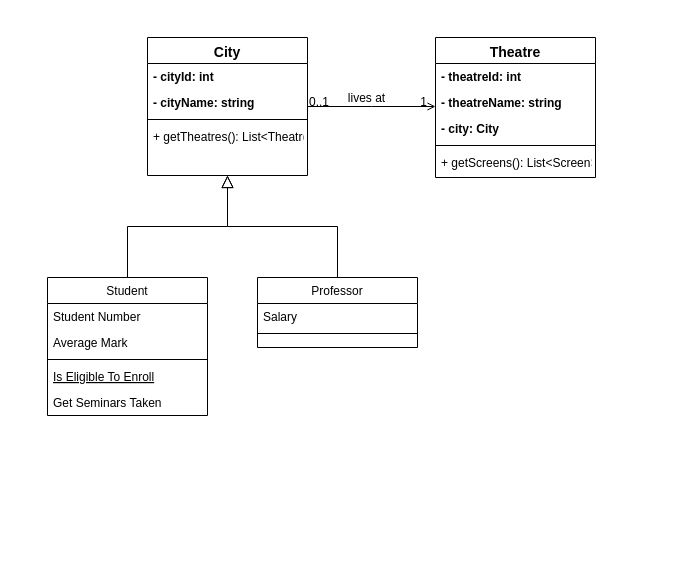
Before: BookMyShow Class Diagram.drawio in geeky-sanjay/class-diagrams, a draw.io diagram. Source tidied: cells renumbered, new cells numbered last; positions are measured from the earlier drawing's top-left corner, leaving out a move shared by most shapes. Both pictures are drawn from the tidied source at 100%, with x=0, y=0 at pixel (47, 37).
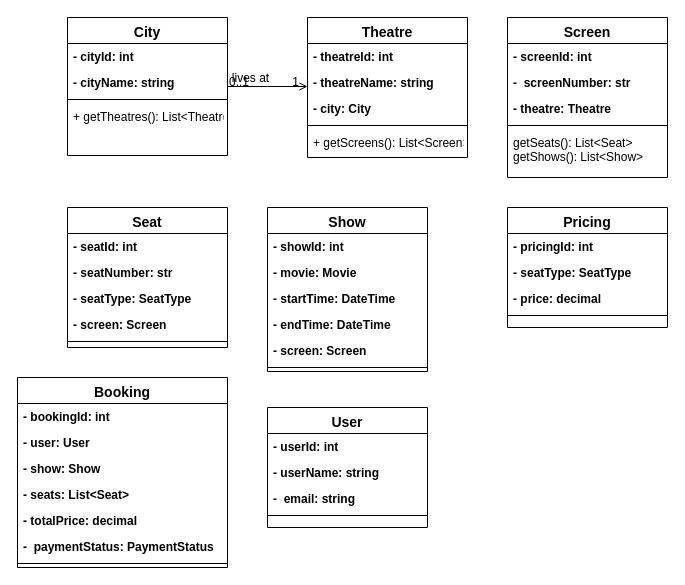
Above is the later version.

What changed in the source:
```diff
@@
     <mxCell id="2" value="City        " style="swimlane;fontStyle=1;align=center;verticalAlign=top;horizontal=1;startSize=26;rounded=0;shadow=0;strokeWidth=1;fontSize=14;" parent="1" vertex="1">
-      <mxGeometry x="100" width="160" height="138" as="geometry" />
+      <mxGeometry x="20" y="-20" width="160" height="138" as="geometry" />
     </mxCell>
@@
-    <mxCell id="7" value="Student" style="swimlane;fontStyle=0;align=center;verticalAlign=top;horizontal=1;startSize=26;rounded=0;shadow=0;strokeWidth=1;" parent="1" vertex="1">
-      <mxGeometry y="240" width="160" height="138" as="geometry" />
-    </mxCell>
-    <mxCell id="8" value="Student Number" style="text;align=left;verticalAlign=top;spacingLeft=4;spacingRight=4;overflow=hidden;" parent="7" vertex="1">
-      <mxGeometry y="26" width="160" height="26" as="geometry" />
-    </mxCell>
-    <mxCell id="9" value="Average Mark" style="text;align=left;verticalAlign=top;spacingLeft=4;spacingRight=4;overflow=hidden;rounded=0;shadow=0;html=0;" parent="7" vertex="1">
-      <mxGeometry y="52" width="160" height="26" as="geometry" />
-    </mxCell>
-    <mxCell id="10" style="line;html=1;strokeWidth=1;align=left;verticalAlign=middle;spacingTop=-1;spacingLeft=3;spacingRight=3;labelPosition=right;" parent="7" vertex="1">
-      <mxGeometry y="78" width="160" height="8" as="geometry" />
-    </mxCell>
-    <mxCell id="11" value="Is Eligible To Enroll" style="text;align=left;verticalAlign=top;spacingLeft=4;spacingRight=4;overflow=hidden;fontStyle=4;" parent="7" vertex="1">
-      <mxGeometry y="86" width="160" height="26" as="geometry" />
-    </mxCell>
-    <mxCell id="12" value="Get Seminars Taken" style="text;align=left;verticalAlign=top;spacingLeft=4;spacingRight=4;overflow=hidden;" parent="7" vertex="1">
-      <mxGeometry y="112" width="160" height="26" as="geometry" />
-    </mxCell>
-    <mxCell id="13" style="endArrow=block;endSize=10;endFill=0;shadow=0;strokeWidth=1;rounded=0;curved=0;edgeStyle=elbowEdgeStyle;elbow=vertical;" parent="1" edge="1" source="7" target="2">
-      <mxGeometry relative="1" as="geometry" />
-    </mxCell>
-    <mxCell id="14" value="Professor" style="swimlane;fontStyle=0;align=center;verticalAlign=top;horizontal=1;startSize=26;rounded=0;shadow=0;strokeWidth=1;" parent="1" vertex="1">
-      <mxGeometry x="210" y="240" width="160" height="70" as="geometry" />
-    </mxCell>
-    <mxCell id="15" value="Salary" style="text;align=left;verticalAlign=top;spacingLeft=4;spacingRight=4;overflow=hidden;" parent="14" vertex="1">
-      <mxGeometry y="26" width="160" height="26" as="geometry" />
-    </mxCell>
-    <mxCell id="16" style="line;html=1;strokeWidth=1;align=left;verticalAlign=middle;spacingTop=-1;spacingLeft=3;spacingRight=3;labelPosition=right;" parent="14" vertex="1">
-      <mxGeometry y="52" width="160" height="8" as="geometry" />
-    </mxCell>
-    <mxCell id="17" style="endArrow=block;endSize=10;endFill=0;shadow=0;strokeWidth=1;rounded=0;curved=0;edgeStyle=elbowEdgeStyle;elbow=vertical;" parent="1" edge="1" source="14" target="2">
-      <mxGeometry relative="1" as="geometry" />
-    </mxCell>
     <mxCell id="18" value="Theatre        " style="swimlane;fontStyle=1;align=center;verticalAlign=top;horizontal=1;startSize=26;rounded=0;shadow=0;strokeWidth=1;fontSize=14;" parent="1" vertex="1">
-      <mxGeometry x="388" width="160" height="140" as="geometry" />
+      <mxGeometry x="260" y="-20" width="160" height="140" as="geometry" />
     </mxCell>
@@
+    <mxCell id="28" value="Screen                " style="swimlane;fontStyle=1;align=center;verticalAlign=top;horizontal=1;startSize=26;rounded=0;shadow=0;strokeWidth=1;fontSize=14;" parent="1" vertex="1">
+      <mxGeometry x="460" y="-20" width="160" height="160" as="geometry" />
+    </mxCell>
+    <mxCell id="29" value="- screenId: int " style="text;align=left;verticalAlign=top;spacingLeft=4;spacingRight=4;overflow=hidden;fontStyle=1;" parent="28" vertex="1">
+      <mxGeometry y="26" width="160" height="26" as="geometry" />
+    </mxCell>
+    <mxCell id="30" value="-  screenNumber: str" style="text;align=left;verticalAlign=top;spacingLeft=4;spacingRight=4;overflow=hidden;rounded=0;shadow=0;html=0;fontStyle=1;" parent="28" vertex="1">
+      <mxGeometry y="52" width="160" height="26" as="geometry" />
+    </mxCell>
+    <mxCell id="31" value="- theatre: Theatre" style="text;align=left;verticalAlign=top;spacingLeft=4;spacingRight=4;overflow=hidden;rounded=0;shadow=0;html=0;fontStyle=1;" parent="28" vertex="1">
+      <mxGeometry y="78" width="160" height="26" as="geometry" />
+    </mxCell>
+    <mxCell id="32" style="line;html=1;strokeWidth=1;align=left;verticalAlign=middle;spacingTop=-1;spacingLeft=3;spacingRight=3;labelPosition=right;" parent="28" vertex="1">
+      <mxGeometry y="104" width="160" height="8" as="geometry" />
+    </mxCell>
+    <mxCell id="33" value="getSeats(): List&lt;Seat&gt;&#10;getShows(): List&lt;Show&gt;" style="text;align=left;verticalAlign=top;spacingLeft=4;spacingRight=4;overflow=hidden;" parent="28" vertex="1">
+      <mxGeometry y="112" width="160" height="48" as="geometry" />
+    </mxCell>
+    <mxCell id="34" value="Seat               " style="swimlane;fontStyle=1;align=center;verticalAlign=top;horizontal=1;startSize=26;rounded=0;shadow=0;strokeWidth=1;fontSize=14;" parent="1" vertex="1">
+      <mxGeometry x="20" y="170" width="160" height="140" as="geometry" />
+    </mxCell>
+    <mxCell id="35" value="- seatId: int " style="text;align=left;verticalAlign=top;spacingLeft=4;spacingRight=4;overflow=hidden;fontStyle=1;" parent="34" vertex="1">
+      <mxGeometry y="26" width="160" height="26" as="geometry" />
+    </mxCell>
+    <mxCell id="36" value="- seatNumber: str" style="text;align=left;verticalAlign=top;spacingLeft=4;spacingRight=4;overflow=hidden;rounded=0;shadow=0;html=0;fontStyle=1;" parent="34" vertex="1">
+      <mxGeometry y="52" width="160" height="26" as="geometry" />
+    </mxCell>
+    <mxCell id="37" value="- seatType: SeatType" style="text;align=left;verticalAlign=top;spacingLeft=4;spacingRight=4;overflow=hidden;rounded=0;shadow=0;html=0;fontStyle=1;" parent="34" vertex="1">
+      <mxGeometry y="78" width="160" height="26" as="geometry" />
+    </mxCell>
+    <mxCell id="38" value="- screen: Screen" style="text;align=left;verticalAlign=top;spacingLeft=4;spacingRight=4;overflow=hidden;rounded=0;shadow=0;html=0;fontStyle=1;" parent="34" vertex="1">
+      <mxGeometry y="104" width="160" height="26" as="geometry" />
+    </mxCell>
+    <mxCell id="39" style="line;html=1;strokeWidth=1;align=left;verticalAlign=middle;spacingTop=-1;spacingLeft=3;spacingRight=3;labelPosition=right;" parent="34" vertex="1">
+      <mxGeometry y="130" width="160" height="8" as="geometry" />
+    </mxCell>
+    <mxCell id="40" value="Show                       " style="swimlane;fontStyle=1;align=center;verticalAlign=top;horizontal=1;startSize=26;rounded=0;shadow=0;strokeWidth=1;fontSize=14;" parent="1" vertex="1">
+      <mxGeometry x="220" y="170" width="160" height="164" as="geometry" />
+    </mxCell>
+    <mxCell id="41" value="- showId: int " style="text;align=left;verticalAlign=top;spacingLeft=4;spacingRight=4;overflow=hidden;fontStyle=1;" parent="40" vertex="1">
+      <mxGeometry y="26" width="160" height="26" as="geometry" />
+    </mxCell>
+    <mxCell id="42" value="- movie: Movie " style="text;align=left;verticalAlign=top;spacingLeft=4;spacingRight=4;overflow=hidden;rounded=0;shadow=0;html=0;fontStyle=1;" parent="40" vertex="1">
+      <mxGeometry y="52" width="160" height="26" as="geometry" />
+    </mxCell>
+    <mxCell id="43" value="- startTime: DateTime" style="text;align=left;verticalAlign=top;spacingLeft=4;spacingRight=4;overflow=hidden;rounded=0;shadow=0;html=0;fontStyle=1;" parent="40" vertex="1">
+      <mxGeometry y="78" width="160" height="26" as="geometry" />
+    </mxCell>
+    <mxCell id="44" value="- endTime: DateTime" style="text;align=left;verticalAlign=top;spacingLeft=4;spacingRight=4;overflow=hidden;rounded=0;shadow=0;html=0;fontStyle=1;" parent="40" vertex="1">
+      <mxGeometry y="104" width="160" height="26" as="geometry" />
+    </mxCell>
+    <mxCell id="45" value="- screen: Screen" style="text;align=left;verticalAlign=top;spacingLeft=4;spacingRight=4;overflow=hidden;rounded=0;shadow=0;html=0;fontStyle=1;" parent="40" vertex="1">
+      <mxGeometry y="130" width="160" height="26" as="geometry" />
+    </mxCell>
+    <mxCell id="46" style="line;html=1;strokeWidth=1;align=left;verticalAlign=middle;spacingTop=-1;spacingLeft=3;spacingRight=3;labelPosition=right;" parent="40" vertex="1">
+      <mxGeometry y="156" width="160" height="8" as="geometry" />
+    </mxCell>
+    <mxCell id="47" value="Pricing                             " style="swimlane;fontStyle=1;align=center;verticalAlign=top;horizontal=1;startSize=26;rounded=0;shadow=0;strokeWidth=1;fontSize=14;" parent="1" vertex="1">
+      <mxGeometry x="460" y="170" width="160" height="120" as="geometry" />
+    </mxCell>
+    <mxCell id="48" value="- pricingId: int " style="text;align=left;verticalAlign=top;spacingLeft=4;spacingRight=4;overflow=hidden;fontStyle=1;" parent="47" vertex="1">
+      <mxGeometry y="26" width="160" height="26" as="geometry" />
+    </mxCell>
+    <mxCell id="49" value="- seatType: SeatType" style="text;align=left;verticalAlign=top;spacingLeft=4;spacingRight=4;overflow=hidden;rounded=0;shadow=0;html=0;fontStyle=1;" parent="47" vertex="1">
+      <mxGeometry y="52" width="160" height="26" as="geometry" />
+    </mxCell>
+    <mxCell id="50" value="- price: decimal " style="text;align=left;verticalAlign=top;spacingLeft=4;spacingRight=4;overflow=hidden;rounded=0;shadow=0;html=0;fontStyle=1;" parent="47" vertex="1">
+      <mxGeometry y="78" width="160" height="26" as="geometry" />
+    </mxCell>
+    <mxCell id="51" style="line;html=1;strokeWidth=1;align=left;verticalAlign=middle;spacingTop=-1;spacingLeft=3;spacingRight=3;labelPosition=right;" parent="47" vertex="1">
+      <mxGeometry y="104" width="160" height="8" as="geometry" />
+    </mxCell>
+    <mxCell id="52" value="Booking                               " style="swimlane;fontStyle=1;align=center;verticalAlign=top;horizontal=1;startSize=26;rounded=0;shadow=0;strokeWidth=1;fontSize=14;" parent="1" vertex="1">
+      <mxGeometry x="-30" y="340" width="210" height="190" as="geometry" />
+    </mxCell>
+    <mxCell id="53" value="- bookingId: int" style="text;align=left;verticalAlign=top;spacingLeft=4;spacingRight=4;overflow=hidden;fontStyle=1;" parent="52" vertex="1">
+      <mxGeometry y="26" width="210" height="26" as="geometry" />
+    </mxCell>
+    <mxCell id="54" value="- user: User " style="text;align=left;verticalAlign=top;spacingLeft=4;spacingRight=4;overflow=hidden;rounded=0;shadow=0;html=0;fontStyle=1;" parent="52" vertex="1">
+      <mxGeometry y="52" width="210" height="26" as="geometry" />
+    </mxCell>
+    <mxCell id="55" value="- show: Show " style="text;align=left;verticalAlign=top;spacingLeft=4;spacingRight=4;overflow=hidden;rounded=0;shadow=0;html=0;fontStyle=1;" parent="52" vertex="1">
+      <mxGeometry y="78" width="210" height="26" as="geometry" />
+    </mxCell>
+    <mxCell id="56" value="- seats: List&lt;Seat&gt;" style="text;align=left;verticalAlign=top;spacingLeft=4;spacingRight=4;overflow=hidden;rounded=0;shadow=0;html=0;fontStyle=1;" parent="52" vertex="1">
+      <mxGeometry y="104" width="210" height="26" as="geometry" />
+    </mxCell>
+    <mxCell id="57" value="- totalPrice: decimal" style="text;align=left;verticalAlign=top;spacingLeft=4;spacingRight=4;overflow=hidden;rounded=0;shadow=0;html=0;fontStyle=1;" parent="52" vertex="1">
+      <mxGeometry y="130" width="210" height="26" as="geometry" />
+    </mxCell>
+    <mxCell id="58" value="-  paymentStatus: PaymentStatus" style="text;align=left;verticalAlign=top;spacingLeft=4;spacingRight=4;overflow=hidden;rounded=0;shadow=0;html=0;fontStyle=1;" parent="52" vertex="1">
+      <mxGeometry y="156" width="210" height="26" as="geometry" />
+    </mxCell>
+    <mxCell id="59" style="line;html=1;strokeWidth=1;align=left;verticalAlign=middle;spacingTop=-1;spacingLeft=3;spacingRight=3;labelPosition=right;" parent="52" vertex="1">
+      <mxGeometry y="182" width="210" height="8" as="geometry" />
+    </mxCell>
+    <mxCell id="60" value="User                                       " style="swimlane;fontStyle=1;align=center;verticalAlign=top;horizontal=1;startSize=26;rounded=0;shadow=0;strokeWidth=1;fontSize=14;" parent="1" vertex="1">
+      <mxGeometry x="220" y="370" width="160" height="120" as="geometry" />
+    </mxCell>
+    <mxCell id="61" value="- userId: int " style="text;align=left;verticalAlign=top;spacingLeft=4;spacingRight=4;overflow=hidden;fontStyle=1;" parent="60" vertex="1">
+      <mxGeometry y="26" width="160" height="26" as="geometry" />
+    </mxCell>
+    <mxCell id="62" value="- userName: string" style="text;align=left;verticalAlign=top;spacingLeft=4;spacingRight=4;overflow=hidden;rounded=0;shadow=0;html=0;fontStyle=1;" parent="60" vertex="1">
+      <mxGeometry y="52" width="160" height="26" as="geometry" />
+    </mxCell>
+    <mxCell id="63" value="-  email: string " style="text;align=left;verticalAlign=top;spacingLeft=4;spacingRight=4;overflow=hidden;rounded=0;shadow=0;html=0;fontStyle=1;" parent="60" vertex="1">
+      <mxGeometry y="78" width="160" height="26" as="geometry" />
+    </mxCell>
+    <mxCell id="64" style="line;html=1;strokeWidth=1;align=left;verticalAlign=middle;spacingTop=-1;spacingLeft=3;spacingRight=3;labelPosition=right;" parent="60" vertex="1">
+      <mxGeometry y="104" width="160" height="8" as="geometry" />
+    </mxCell>
```
